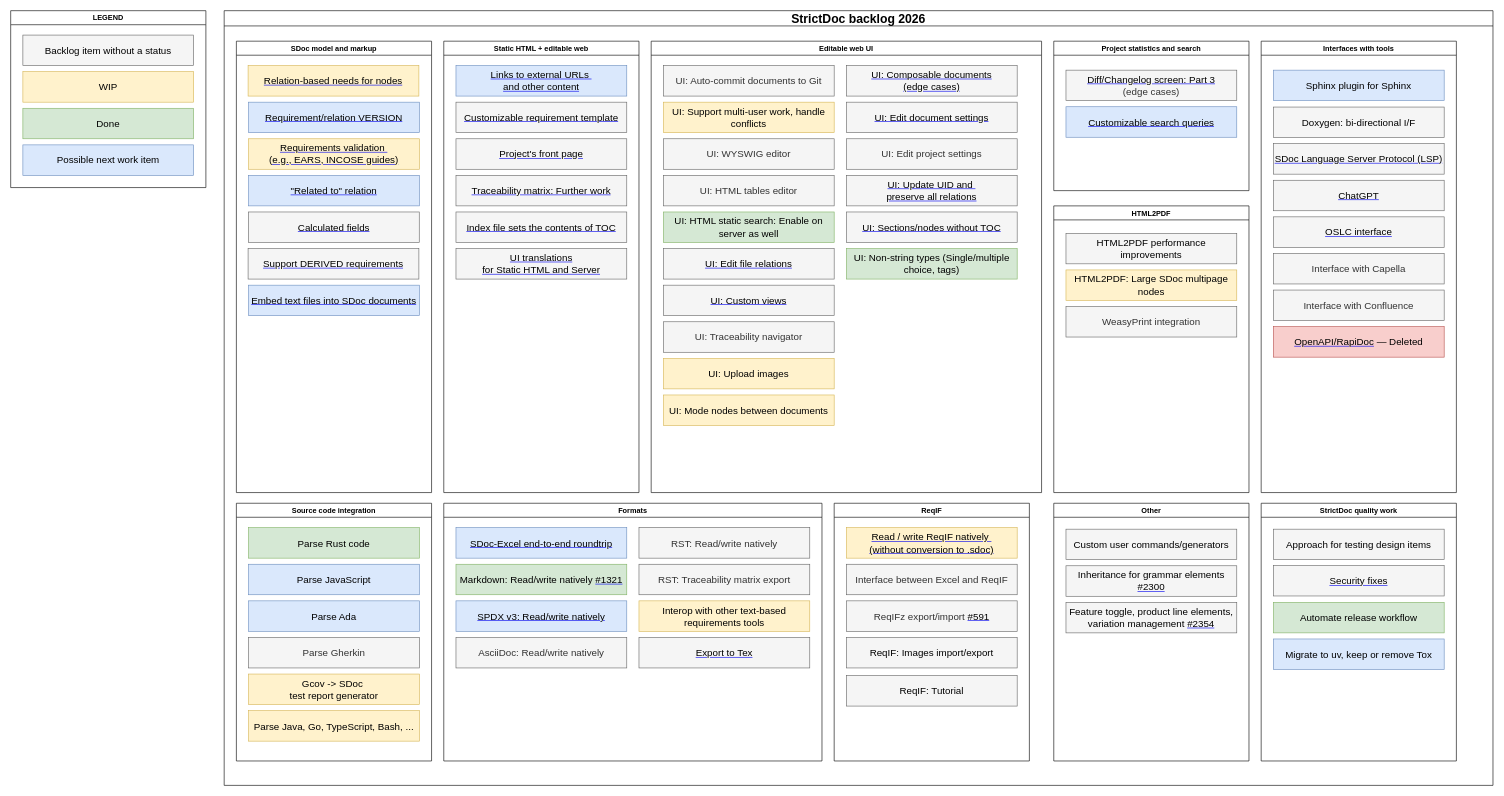
Earlier version of the draw.io diagram page "Backlog — 2026" (1 of 2) of developer/drawio/Backlog.drawio (strictdoc-project/strictdoc). Source tidied: cells renumbered, new cells numbered last; positions are measured from the earlier drawing's top-left corner, leaving out a move shared by most shapes. Both pictures are drawn from the tidied source at 61%, with x=0, y=0 at pixel (10, 10).
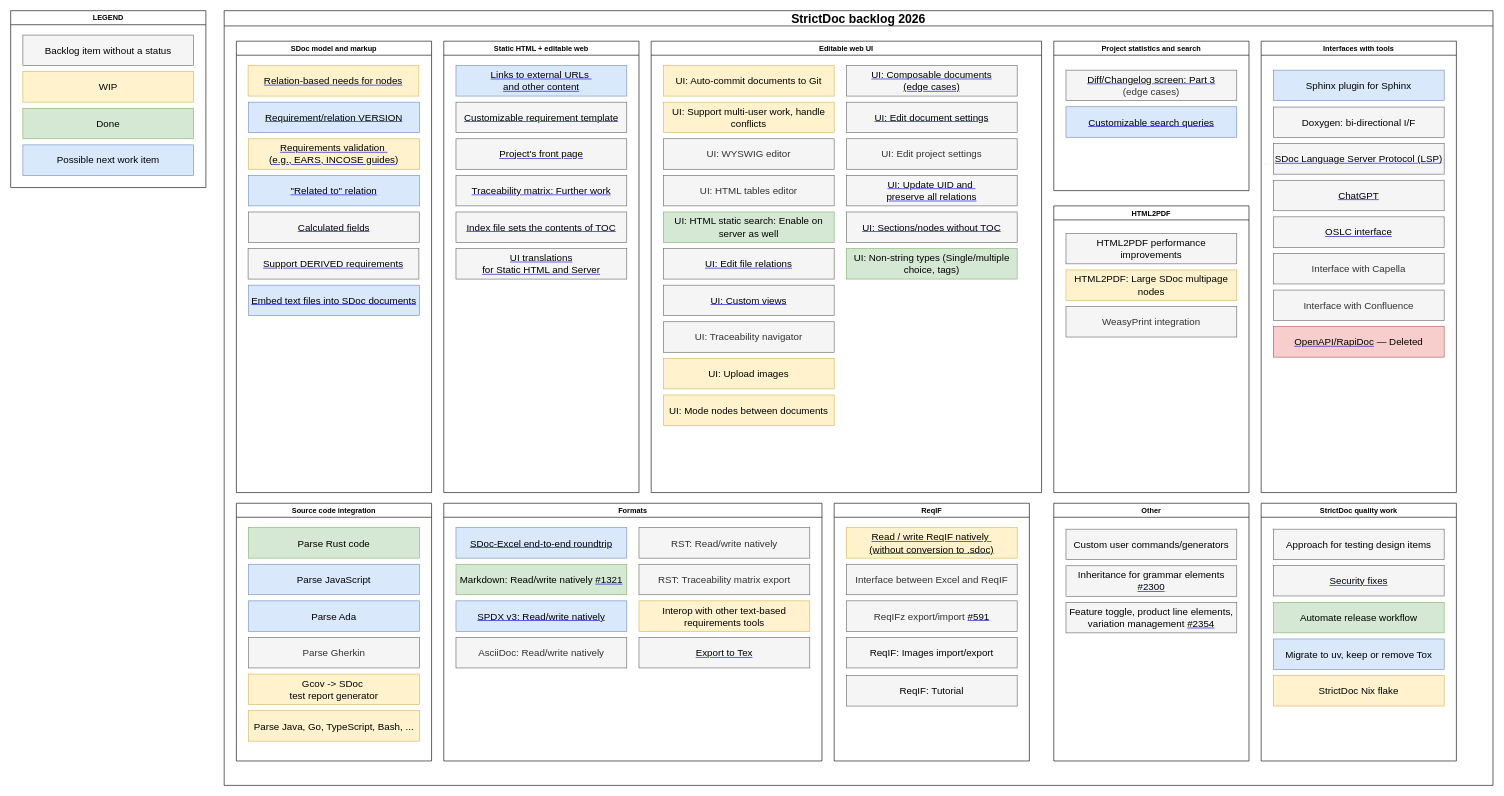
After the change.

Commit message (it also covers changes not shown here):
docs: update Roadmap and Backlog diagrams

Unchanged cells that the change refers to:
```xml
<mxCell id="24" value="Editable web UI" style="swimlane;" parent="2" vertex="1">
  <mxGeometry x="700" y="50" width="640" height="740" as="geometry" />
</mxCell>
<mxCell id="73" value="StrictDoc quality work" style="swimlane;" parent="2" vertex="1">
  <mxGeometry x="1700" y="807.5" width="320" height="422.5" as="geometry" />
</mxCell>
```

What changed in the source:
```diff
@@
-    <mxCell id="25" value="UI: Auto-commit documents to Git" style="text;html=1;strokeColor=#666666;fillColor=#f5f5f5;align=center;verticalAlign=middle;whiteSpace=wrap;rounded=0;fontStyle=0;fontSize=16;fontColor=#333333;" parent="24" vertex="1">
+    <mxCell id="25" value="UI: Auto-commit documents to Git" style="text;html=1;strokeColor=#d6b656;fillColor=#fff2cc;align=center;verticalAlign=middle;whiteSpace=wrap;rounded=0;fontStyle=0;fontSize=16;" parent="24" vertex="1">
       <mxGeometry x="20" y="40" width="280" height="50" as="geometry" />
     </mxCell>
@@
+    <mxCell id="87" value="&lt;font color=&quot;#000000&quot;&gt;StrictDoc Nix flake&lt;/font&gt;" style="text;html=1;strokeColor=#d6b656;fillColor=#fff2cc;align=center;verticalAlign=middle;whiteSpace=wrap;rounded=0;fontStyle=0;fontSize=16;" parent="73" vertex="1">
+      <mxGeometry x="20" y="282.5" width="280" height="50" as="geometry" />
+    </mxCell>
```
